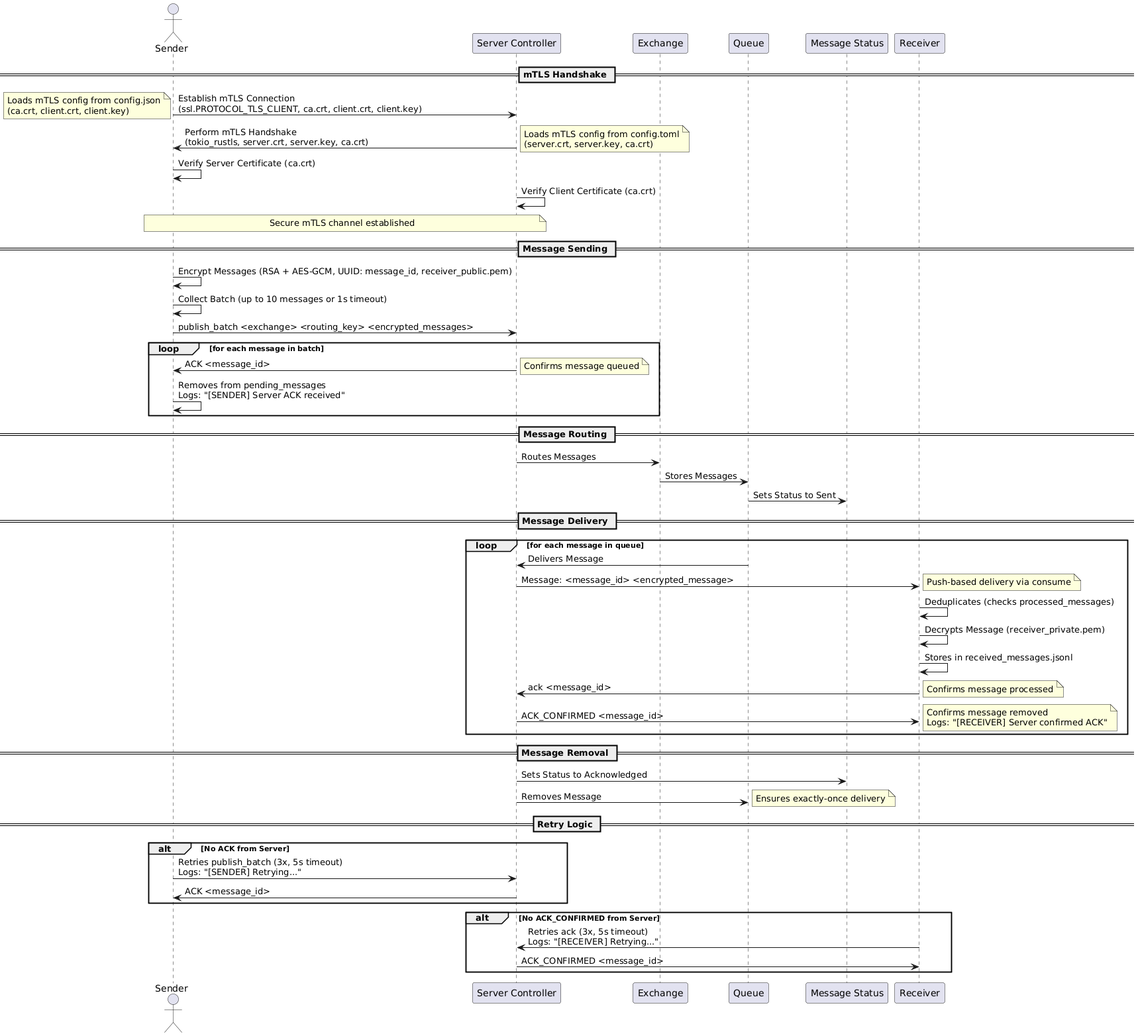
This is docs/diagrams/Sequence_diagram.png from CipherSecurityLab/CipherMQ, a PlantUML export, as it was before one commit. Its diagram source:
```plantuml
@startuml
actor Sender
participant "Server Controller" as Server
participant "Exchange" as Exchange
participant "Queue" as Queue
participant "Message Status" as Status
participant Receiver

== mTLS Handshake ==
Sender -> Server: Establish mTLS Connection\n(ssl.PROTOCOL_TLS_CLIENT, ca.crt, client.crt, client.key)
note left: Loads mTLS config from config.json\n(ca.crt, client.crt, client.key)
Server -> Sender: Perform mTLS Handshake\n(tokio_rustls, server.crt, server.key, ca.crt)
note right: Loads mTLS config from config.toml\n(server.crt, server.key, ca.crt)
Sender -> Sender: Verify Server Certificate (ca.crt)
Server -> Server: Verify Client Certificate (ca.crt)
note over Sender, Server: Secure mTLS channel established

== Message Sending ==
Sender -> Sender: Encrypt Messages (RSA + AES-GCM, UUID: message_id, receiver_public.pem)
Sender -> Sender: Collect Batch (up to 10 messages or 1s timeout)
Sender -> Server: publish_batch <exchange> <routing_key> <encrypted_messages>
loop for each message in batch
    Server -> Sender: ACK <message_id>
    note right: Confirms message queued
    Sender -> Sender: Removes from pending_messages\nLogs: "[SENDER] Server ACK received"
end loop

== Message Routing ==
Server -> Exchange: Routes Messages
Exchange -> Queue: Stores Messages
Queue -> Status: Sets Status to Sent

== Message Delivery ==
loop for each message in queue
    Queue -> Server: Delivers Message
    Server -> Receiver: Message: <message_id> <encrypted_message>
    note right: Push-based delivery via consume
    Receiver -> Receiver: Deduplicates (checks processed_messages)
    Receiver -> Receiver: Decrypts Message (receiver_private.pem)
    Receiver -> Receiver: Stores in received_messages.jsonl
    Receiver -> Server: ack <message_id>
    note right: Confirms message processed
    Server -> Receiver: ACK_CONFIRMED <message_id>
    note right: Confirms message removed\nLogs: "[RECEIVER] Server confirmed ACK"
end loop

== Message Removal ==
Server -> Status: Sets Status to Acknowledged
Server -> Queue: Removes Message
note right: Ensures exactly-once delivery

== Retry Logic ==
alt No ACK from Server
    Sender -> Server: Retries publish_batch (3x, 5s timeout)\nLogs: "[SENDER] Retrying..."
    Server -> Sender: ACK <message_id>
end alt
alt No ACK_CONFIRMED from Server
    Receiver -> Server: Retries ack (3x, 5s timeout)\nLogs: "[RECEIVER] Retrying..."
    Server -> Receiver: ACK_CONFIRMED <message_id>
end alt
@enduml
```
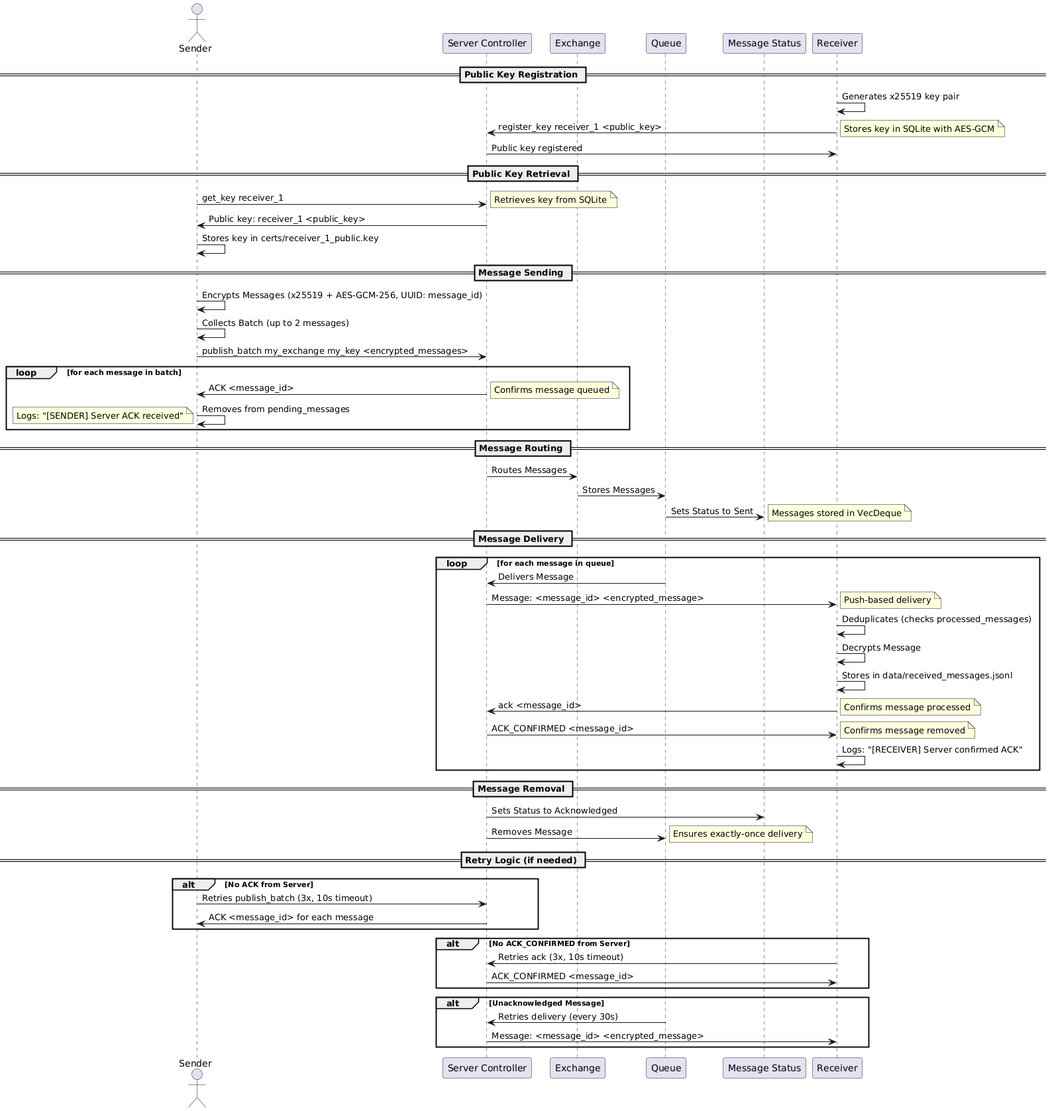
Later version of the same file.

What changed in the source:
```diff
@@ -6,42 +6,48 @@
 participant "Message Status" as Status
 participant Receiver
 
-== mTLS Handshake ==
-Sender -> Server: Establish mTLS Connection\n(ssl.PROTOCOL_TLS_CLIENT, ca.crt, client.crt, client.key)
-note left: Loads mTLS config from config.json\n(ca.crt, client.crt, client.key)
-Server -> Sender: Perform mTLS Handshake\n(tokio_rustls, server.crt, server.key, ca.crt)
-note right: Loads mTLS config from config.toml\n(server.crt, server.key, ca.crt)
-Sender -> Sender: Verify Server Certificate (ca.crt)
-Server -> Server: Verify Client Certificate (ca.crt)
-note over Sender, Server: Secure mTLS channel established
+== Public Key Registration ==
+Receiver -> Receiver: Generates x25519 key pair
+Receiver -> Server: register_key receiver_1 <public_key>
+note right: Stores key in SQLite with AES-GCM
+Server -> Receiver: Public key registered
+
+== Public Key Retrieval ==
+Sender -> Server: get_key receiver_1
+note right: Retrieves key from SQLite
+Server -> Sender: Public key: receiver_1 <public_key>
+Sender -> Sender: Stores key in certs/receiver_1_public.key
 
 == Message Sending ==
-Sender -> Sender: Encrypt Messages (RSA + AES-GCM, UUID: message_id, receiver_public.pem)
-Sender -> Sender: Collect Batch (up to 10 messages or 1s timeout)
-Sender -> Server: publish_batch <exchange> <routing_key> <encrypted_messages>
+Sender -> Sender: Encrypts Messages (x25519 + AES-GCM-256, UUID: message_id)
+Sender -> Sender: Collects Batch (up to 2 messages)
+Sender -> Server: publish_batch my_exchange my_key <encrypted_messages>
 loop for each message in batch
     Server -> Sender: ACK <message_id>
     note right: Confirms message queued
-    Sender -> Sender: Removes from pending_messages\nLogs: "[SENDER] Server ACK received"
+    Sender -> Sender: Removes from pending_messages
+    note left: Logs: "[SENDER] Server ACK received"
 end loop
 
 == Message Routing ==
 Server -> Exchange: Routes Messages
 Exchange -> Queue: Stores Messages
 Queue -> Status: Sets Status to Sent
+note right: Messages stored in VecDeque
 
 == Message Delivery ==
 loop for each message in queue
     Queue -> Server: Delivers Message
     Server -> Receiver: Message: <message_id> <encrypted_message>
-    note right: Push-based delivery via consume
+    note right: Push-based delivery
     Receiver -> Receiver: Deduplicates (checks processed_messages)
-    Receiver -> Receiver: Decrypts Message (receiver_private.pem)
-    Receiver -> Receiver: Stores in received_messages.jsonl
+    Receiver -> Receiver: Decrypts Message
+    Receiver -> Receiver: Stores in data/received_messages.jsonl
     Receiver -> Server: ack <message_id>
     note right: Confirms message processed
     Server -> Receiver: ACK_CONFIRMED <message_id>
-    note right: Confirms message removed\nLogs: "[RECEIVER] Server confirmed ACK"
+    note right: Confirms message removed
+    Receiver -> Receiver: Logs: "[RECEIVER] Server confirmed ACK"
 end loop
 
 == Message Removal ==
@@ -49,13 +55,17 @@
 Server -> Queue: Removes Message
 note right: Ensures exactly-once delivery
 
-== Retry Logic ==
+== Retry Logic (if needed) ==
 alt No ACK from Server
-    Sender -> Server: Retries publish_batch (3x, 5s timeout)\nLogs: "[SENDER] Retrying..."
-    Server -> Sender: ACK <message_id>
+    Sender -> Server: Retries publish_batch (3x, 10s timeout)
+    Server -> Sender: ACK <message_id> for each message
 end alt
 alt No ACK_CONFIRMED from Server
-    Receiver -> Server: Retries ack (3x, 5s timeout)\nLogs: "[RECEIVER] Retrying..."
+    Receiver -> Server: Retries ack (3x, 10s timeout)
     Server -> Receiver: ACK_CONFIRMED <message_id>
 end alt
+alt Unacknowledged Message
+    Queue -> Server: Retries delivery (every 30s)
+    Server -> Receiver: Message: <message_id> <encrypted_message>
+end alt
 @enduml
```
